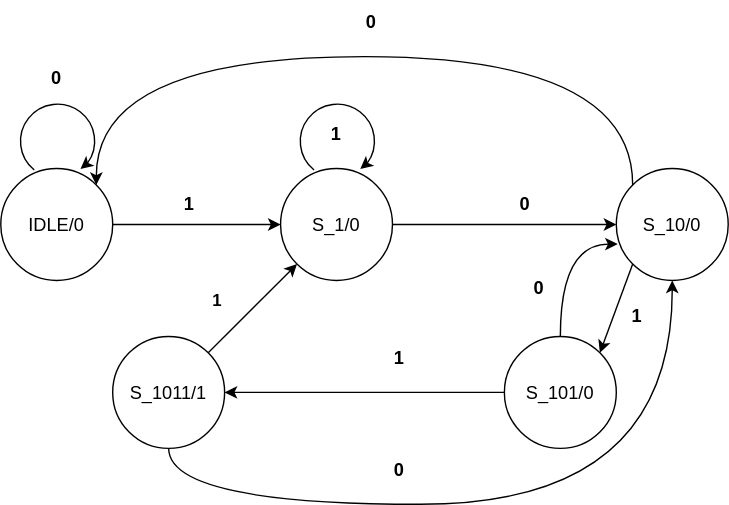
yogeshDE25/FSM-Sequence-Detector keeps this draw.io diagram as Moore/Docs/Moore_FSM_1011-state_diagram.svg. Above is the earlier version. Source tidied: cells renumbered, new cells last; positions are measured from the earlier drawing's top-left corner, leaving out a move shared by most shapes. The source it was exported from:
```xml
<mxGraphModel>
  <root>
    <mxCell id="0" />
    <mxCell id="1" parent="0" />
    <mxCell id="2" style="edgeStyle=orthogonalEdgeStyle;rounded=0;jettySize=auto;html=1;exitX=0;exitY=0.5;exitDx=0;exitDy=0;entryX=1;entryY=0.5;entryDx=0;entryDy=0;" parent="1" edge="1" source="3" target="12">
      <mxGeometry relative="1" as="geometry" />
    </mxCell>
    <mxCell id="3" style="ellipse;whiteSpace=wrap;html=1;" parent="1" vertex="1">
      <mxGeometry x="360" y="240" width="80" height="80" as="geometry" />
    </mxCell>
    <mxCell id="4" style="rounded=0;jettySize=auto;html=1;exitX=0;exitY=1;exitDx=0;exitDy=0;entryX=1;entryY=0;entryDx=0;entryDy=0;" parent="1" edge="1" source="6" target="3">
      <mxGeometry relative="1" as="geometry" />
    </mxCell>
    <mxCell id="5" style="edgeStyle=orthogonalEdgeStyle;rounded=0;jettySize=auto;html=1;exitX=0;exitY=0;exitDx=0;exitDy=0;entryX=1;entryY=0;entryDx=0;entryDy=0;curved=1;" parent="1" edge="1" source="6" target="10">
      <mxGeometry relative="1" as="geometry">
        <Array as="points">
          <mxPoint x="452" y="40" />
          <mxPoint x="68" y="40" />
        </Array>
      </mxGeometry>
    </mxCell>
    <mxCell id="6" style="ellipse;whiteSpace=wrap;html=1;" parent="1" vertex="1">
      <mxGeometry x="440" y="120" width="80" height="80" as="geometry" />
    </mxCell>
    <mxCell id="7" style="edgeStyle=orthogonalEdgeStyle;rounded=0;jettySize=auto;html=1;exitX=1;exitY=0.5;exitDx=0;exitDy=0;entryX=0;entryY=0.5;entryDx=0;entryDy=0;" parent="1" edge="1" source="8" target="6">
      <mxGeometry relative="1" as="geometry" />
    </mxCell>
    <mxCell id="8" style="ellipse;whiteSpace=wrap;html=1;" parent="1" vertex="1">
      <mxGeometry x="200" y="120" width="80" height="80" as="geometry" />
    </mxCell>
    <mxCell id="9" style="edgeStyle=orthogonalEdgeStyle;rounded=0;jettySize=auto;html=1;exitX=1;exitY=0.5;exitDx=0;exitDy=0;entryX=0;entryY=0.5;entryDx=0;entryDy=0;" parent="1" edge="1" source="10" target="8">
      <mxGeometry relative="1" as="geometry" />
    </mxCell>
    <mxCell id="10" style="ellipse;whiteSpace=wrap;html=1;" parent="1" vertex="1">
      <mxGeometry y="120" width="80" height="80" as="geometry" />
    </mxCell>
    <mxCell id="11" style="rounded=0;jettySize=auto;html=1;exitX=1;exitY=0;exitDx=0;exitDy=0;entryX=0;entryY=1;entryDx=0;entryDy=0;" parent="1" edge="1" source="12" target="8">
      <mxGeometry relative="1" as="geometry" />
    </mxCell>
    <mxCell id="12" style="ellipse;whiteSpace=wrap;html=1;" parent="1" vertex="1">
      <mxGeometry x="80" y="240" width="80" height="80" as="geometry" />
    </mxCell>
    <mxCell id="13" value="0" style="text;html=1;whiteSpace=wrap;strokeColor=none;fillColor=none;align=center;verticalAlign=middle;rounded=0;fontStyle=1;fontSize=13;" parent="1" vertex="1">
      <mxGeometry x="25" y="40" width="30" height="30" as="geometry" />
    </mxCell>
    <mxCell id="14" value="S_1/0" style="text;html=1;whiteSpace=wrap;strokeColor=none;fillColor=none;align=center;verticalAlign=middle;rounded=0;fontSize=13;" parent="1" vertex="1">
      <mxGeometry x="210" y="145" width="60" height="30" as="geometry" />
    </mxCell>
    <mxCell id="15" value="S_10/0" style="text;html=1;whiteSpace=wrap;strokeColor=none;fillColor=none;align=center;verticalAlign=middle;rounded=0;fontSize=13;" parent="1" vertex="1">
      <mxGeometry x="450" y="145" width="60" height="30" as="geometry" />
    </mxCell>
    <mxCell id="16" value="S_101/0" style="text;html=1;whiteSpace=wrap;strokeColor=none;fillColor=none;align=center;verticalAlign=middle;rounded=0;fontSize=13;" parent="1" vertex="1">
      <mxGeometry x="370" y="265" width="60" height="30" as="geometry" />
    </mxCell>
    <mxCell id="17" value="S_1011/1" style="text;html=1;whiteSpace=wrap;strokeColor=none;fillColor=none;align=center;verticalAlign=middle;rounded=0;fontSize=13;" parent="1" vertex="1">
      <mxGeometry x="90" y="265" width="60" height="30" as="geometry" />
    </mxCell>
    <mxCell id="18" style="shape=mxgraph.basic.arc;html=1;startAngle=0.353622078549954;endAngle=0.13942896918815223;endArrow=classic;endFill=1;rotation=90;" parent="1" vertex="1">
      <mxGeometry x="10" y="70" width="60" height="60" as="geometry" />
    </mxCell>
    <mxCell id="19" style="curved=1;endArrow=classic;html=1;rounded=0;exitX=0.5;exitY=1;exitDx=0;exitDy=0;entryX=0.5;entryY=1;entryDx=0;entryDy=0;edgeStyle=orthogonalEdgeStyle;" parent="1" edge="1" source="12" target="6">
      <mxGeometry relative="1" as="geometry">
        <Array as="points">
          <mxPoint x="120" y="360" />
          <mxPoint x="480" y="360" />
        </Array>
      </mxGeometry>
    </mxCell>
    <mxCell id="20" style="shape=mxgraph.basic.arc;html=1;startAngle=0.353622078549954;endAngle=0.13942896918815223;endArrow=classic;endFill=1;rotation=90;" parent="1" vertex="1">
      <mxGeometry x="210" y="70" width="60" height="60" as="geometry" />
    </mxCell>
    <mxCell id="21" style="edgeStyle=orthogonalEdgeStyle;rounded=0;jettySize=auto;html=1;exitX=0.5;exitY=0;exitDx=0;exitDy=0;entryX=0.013;entryY=0.675;entryDx=0;entryDy=0;entryPerimeter=0;curved=1;" parent="1" edge="1" source="3" target="6">
      <mxGeometry relative="1" as="geometry" />
    </mxCell>
    <mxCell id="22" value="1" style="text;html=1;whiteSpace=wrap;strokeColor=none;fillColor=none;align=center;verticalAlign=middle;rounded=0;fontStyle=1;fontSize=13;" parent="1" vertex="1">
      <mxGeometry x="120" y="130" width="30" height="30" as="geometry" />
    </mxCell>
    <mxCell id="23" value="1" style="text;html=1;whiteSpace=wrap;strokeColor=none;fillColor=none;align=center;verticalAlign=middle;rounded=0;fontStyle=1;fontSize=13;" parent="1" vertex="1">
      <mxGeometry x="225" y="80" width="30" height="30" as="geometry" />
    </mxCell>
    <mxCell id="24" value="0" style="text;html=1;whiteSpace=wrap;strokeColor=none;fillColor=none;align=center;verticalAlign=middle;rounded=0;fontStyle=1;fontSize=13;" parent="1" vertex="1">
      <mxGeometry x="360" y="130" width="30" height="30" as="geometry" />
    </mxCell>
    <mxCell id="25" value="1" style="text;html=1;whiteSpace=wrap;strokeColor=none;fillColor=none;align=center;verticalAlign=middle;rounded=0;fontStyle=1;fontSize=13;" parent="1" vertex="1">
      <mxGeometry x="440" y="210" width="30" height="30" as="geometry" />
    </mxCell>
    <mxCell id="26" value="0" style="text;html=1;whiteSpace=wrap;strokeColor=none;fillColor=none;align=center;verticalAlign=middle;rounded=0;fontStyle=1;fontSize=13;" parent="1" vertex="1">
      <mxGeometry x="250" width="30" height="30" as="geometry" />
    </mxCell>
    <mxCell id="27" value="IDLE/0" style="text;html=1;whiteSpace=wrap;strokeColor=none;fillColor=none;align=center;verticalAlign=middle;rounded=0;fontSize=13;" parent="1" vertex="1">
      <mxGeometry x="10" y="145" width="60" height="30" as="geometry" />
    </mxCell>
    <mxCell id="28" value="1" style="text;html=1;whiteSpace=wrap;strokeColor=none;fillColor=none;align=center;verticalAlign=middle;rounded=0;fontStyle=1;fontSize=13;" parent="1" vertex="1">
      <mxGeometry x="270" y="240" width="30" height="30" as="geometry" />
    </mxCell>
    <mxCell id="29" value="0" style="text;html=1;whiteSpace=wrap;strokeColor=none;fillColor=none;align=center;verticalAlign=middle;rounded=0;fontStyle=1;fontSize=13;" parent="1" vertex="1">
      <mxGeometry x="370" y="190" width="30" height="30" as="geometry" />
    </mxCell>
    <mxCell id="30" value="1" style="text;html=1;whiteSpace=wrap;strokeColor=none;fillColor=none;align=center;verticalAlign=middle;rounded=0;fontStyle=1;" parent="1" vertex="1">
      <mxGeometry x="140" y="200" width="30" height="30" as="geometry" />
    </mxCell>
    <mxCell id="31" value="0" style="text;html=1;whiteSpace=wrap;strokeColor=none;fillColor=none;align=center;verticalAlign=middle;rounded=0;fontStyle=1;fontSize=13;" parent="1" vertex="1">
      <mxGeometry x="270" y="320" width="30" height="30" as="geometry" />
    </mxCell>
  </root>
</mxGraphModel>
```
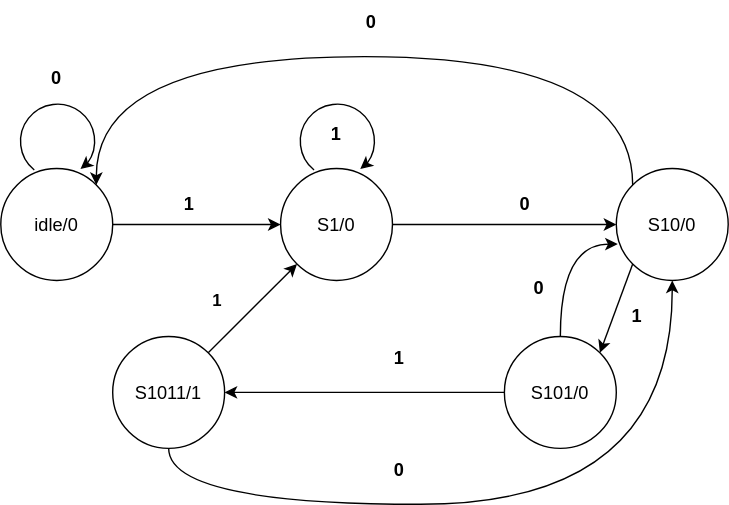
The same diagram one commit later.

Commit message:
state_diagram_modified

The edit, as a diff of the source:
```diff
@@ -43,16 +43,16 @@
     <mxCell id="13" value="0" style="text;html=1;whiteSpace=wrap;strokeColor=none;fillColor=none;align=center;verticalAlign=middle;rounded=0;fontStyle=1;fontSize=13;" parent="1" vertex="1">
       <mxGeometry x="25" y="40" width="30" height="30" as="geometry" />
     </mxCell>
-    <mxCell id="14" value="S_1/0" style="text;html=1;whiteSpace=wrap;strokeColor=none;fillColor=none;align=center;verticalAlign=middle;rounded=0;fontSize=13;" parent="1" vertex="1">
+    <mxCell id="14" value="S1/0" style="text;html=1;whiteSpace=wrap;strokeColor=none;fillColor=none;align=center;verticalAlign=middle;rounded=0;fontSize=13;" parent="1" vertex="1">
       <mxGeometry x="210" y="145" width="60" height="30" as="geometry" />
     </mxCell>
-    <mxCell id="15" value="S_10/0" style="text;html=1;whiteSpace=wrap;strokeColor=none;fillColor=none;align=center;verticalAlign=middle;rounded=0;fontSize=13;" parent="1" vertex="1">
+    <mxCell id="15" value="S10/0" style="text;html=1;whiteSpace=wrap;strokeColor=none;fillColor=none;align=center;verticalAlign=middle;rounded=0;fontSize=13;" parent="1" vertex="1">
       <mxGeometry x="450" y="145" width="60" height="30" as="geometry" />
     </mxCell>
-    <mxCell id="16" value="S_101/0" style="text;html=1;whiteSpace=wrap;strokeColor=none;fillColor=none;align=center;verticalAlign=middle;rounded=0;fontSize=13;" parent="1" vertex="1">
+    <mxCell id="16" value="S101/0" style="text;html=1;whiteSpace=wrap;strokeColor=none;fillColor=none;align=center;verticalAlign=middle;rounded=0;fontSize=13;" parent="1" vertex="1">
       <mxGeometry x="370" y="265" width="60" height="30" as="geometry" />
     </mxCell>
-    <mxCell id="17" value="S_1011/1" style="text;html=1;whiteSpace=wrap;strokeColor=none;fillColor=none;align=center;verticalAlign=middle;rounded=0;fontSize=13;" parent="1" vertex="1">
+    <mxCell id="17" value="S1011/1" style="text;html=1;whiteSpace=wrap;strokeColor=none;fillColor=none;align=center;verticalAlign=middle;rounded=0;fontSize=13;" parent="1" vertex="1">
       <mxGeometry x="90" y="265" width="60" height="30" as="geometry" />
     </mxCell>
     <mxCell id="18" style="shape=mxgraph.basic.arc;html=1;startAngle=0.353622078549954;endAngle=0.13942896918815223;endArrow=classic;endFill=1;rotation=90;" parent="1" vertex="1">
@@ -87,7 +87,7 @@
     <mxCell id="26" value="0" style="text;html=1;whiteSpace=wrap;strokeColor=none;fillColor=none;align=center;verticalAlign=middle;rounded=0;fontStyle=1;fontSize=13;" parent="1" vertex="1">
       <mxGeometry x="250" width="30" height="30" as="geometry" />
     </mxCell>
-    <mxCell id="27" value="IDLE/0" style="text;html=1;whiteSpace=wrap;strokeColor=none;fillColor=none;align=center;verticalAlign=middle;rounded=0;fontSize=13;" parent="1" vertex="1">
+    <mxCell id="27" value="idle/0" style="text;html=1;whiteSpace=wrap;strokeColor=none;fillColor=none;align=center;verticalAlign=middle;rounded=0;fontSize=13;" parent="1" vertex="1">
       <mxGeometry x="10" y="145" width="60" height="30" as="geometry" />
     </mxCell>
     <mxCell id="28" value="1" style="text;html=1;whiteSpace=wrap;strokeColor=none;fillColor=none;align=center;verticalAlign=middle;rounded=0;fontStyle=1;fontSize=13;" parent="1" vertex="1">
```
